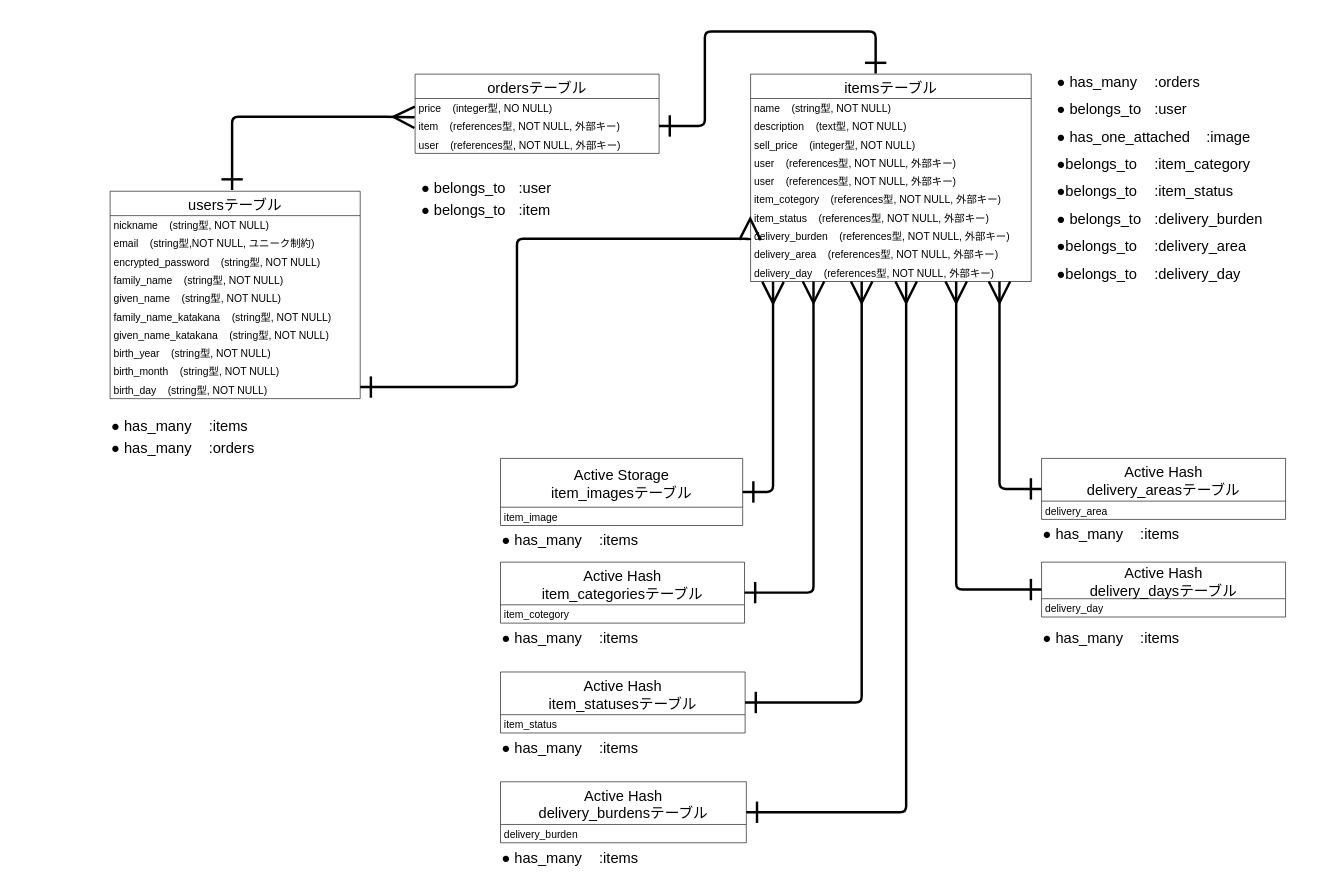
The draw.io diagram 相関図.dio in torako-san/furima-37647, before the edit. Source tidied: cells renumbered, new cells numbered last; positions are measured from the earlier drawing's top-left corner, leaving out a move shared by most shapes. Both pictures are drawn from the tidied source at 61%, with x=0, y=0 at pixel (110, 31).
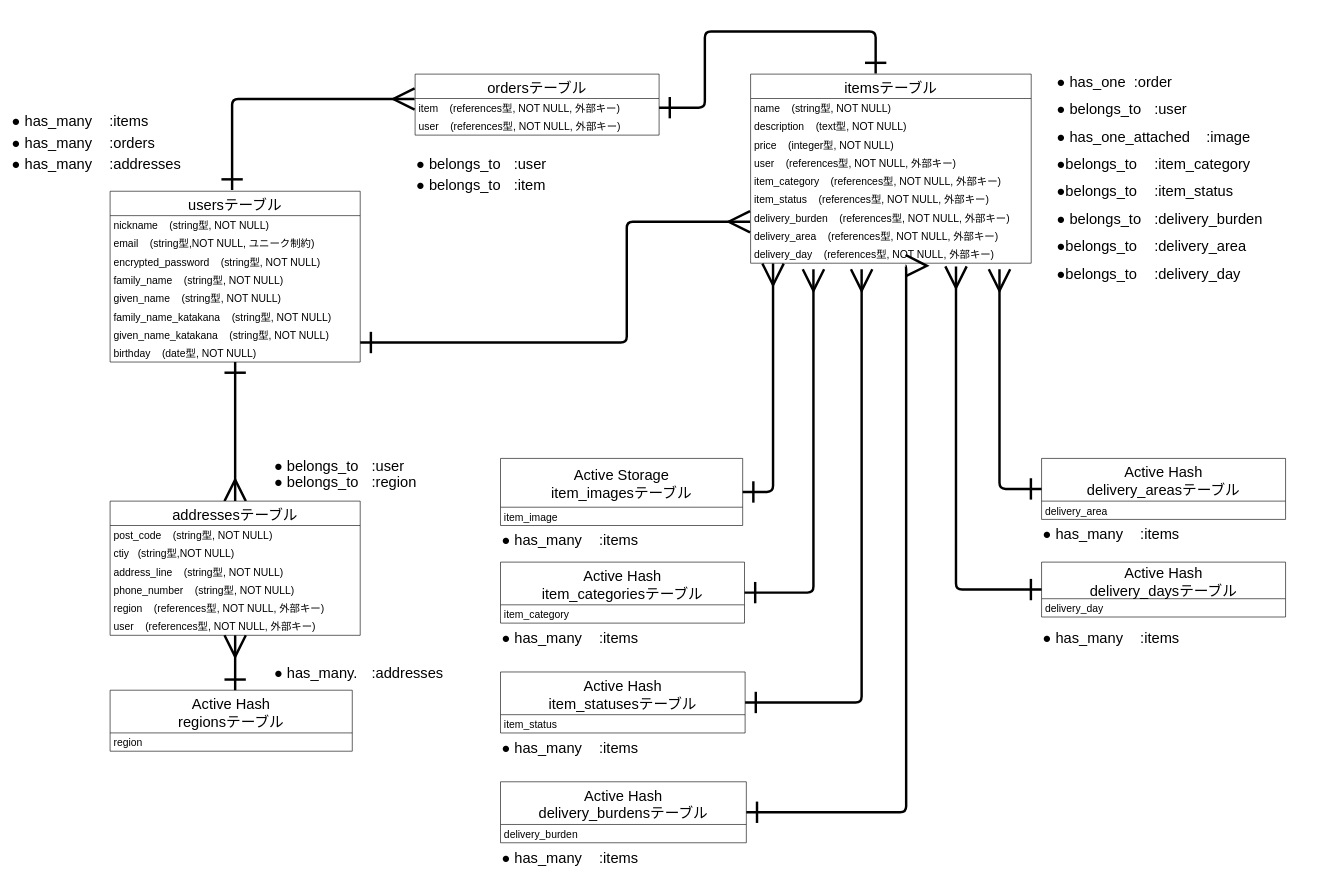
Above is the later version.

Commit message (it also covers changes not shown here):
データベース設計の修正

Unchanged cells that the change refers to:
```xml
<mxCell id="31" value="Active Hash&#10;item_categoriesテーブル" style="swimlane;fontStyle=0;horizontal=1;startSize=70;fontSize=24;" parent="1" vertex="1">
  <mxGeometry x="640" y="870" width="400" height="100" as="geometry" />
</mxCell>
<mxCell id="33" value="Active Hash&#10;item_statusesテーブル" style="swimlane;fontStyle=0;horizontal=1;startSize=70;fontSize=24;" parent="1" vertex="1">
  <mxGeometry x="640" y="1050.1" width="401" height="100" as="geometry" />
</mxCell>
<mxCell id="35" value="Active Hash&#10;delivery_burdensテーブル" style="swimlane;fontStyle=0;horizontal=1;startSize=70;fontSize=24;" parent="1" vertex="1">
  <mxGeometry x="640" y="1230.1" width="403" height="100" as="geometry" />
</mxCell>
<mxCell id="38" value="Active Hash&#10;delivery_areasテーブル" style="swimlane;fontStyle=0;horizontal=1;startSize=70;fontSize=24;" parent="1" vertex="1">
  <mxGeometry x="1527" y="700" width="400" height="100" as="geometry" />
</mxCell>
<mxCell id="40" value="Active Hash&#10;delivery_daysテーブル" style="swimlane;fontStyle=0;horizontal=1;startSize=60;fontSize=24;" parent="1" vertex="1">
  <mxGeometry x="1527" y="870" width="400" height="90" as="geometry" />
</mxCell>
<mxCell id="54" style="group;" parent="1" vertex="1">
  <mxGeometry x="1550" y="60" width="447" height="360" as="geometry" />
</mxCell>
```

What changed in the source:
```diff
@@
+    <mxCell id="70" style="edgeStyle=none;jumpSize=7;html=1;entryX=0.5;entryY=0;entryDx=0;entryDy=0;fontFamily=Helvetica;fontSize=24;startArrow=ERone;startFill=0;endArrow=ERmany;endFill=0;startSize=30;endSize=30;strokeWidth=4;" parent="1" edge="1" source="2" target="74">
+      <mxGeometry relative="1" as="geometry" />
+    </mxCell>
     <mxCell id="2" value="usersテーブル" style="swimlane;fontStyle=0;horizontal=1;startSize=40;fontSize=24;" parent="1" vertex="1">
-      <mxGeometry y="262" width="410" height="340" as="geometry" />
+      <mxGeometry y="262" width="410" height="280" as="geometry" />
     </mxCell>
@@
-    <mxCell id="10" value="birth_year    (string型, NOT NULL)" style="text;strokeColor=none;fillColor=none;align=left;verticalAlign=middle;spacingLeft=4;spacingRight=4;overflow=hidden;fontSize=17;" parent="2" vertex="1">
-      <mxGeometry y="250" width="410" height="30" as="geometry" />
-    </mxCell>
-    <mxCell id="11" value="birth_month    (string型, NOT NULL)" style="text;strokeColor=none;fillColor=none;align=left;verticalAlign=middle;spacingLeft=4;spacingRight=4;overflow=hidden;fontSize=17;" parent="2" vertex="1">
-      <mxGeometry y="280" width="410" height="30" as="geometry" />
-    </mxCell>
-    <mxCell id="12" value="birth_day    (string型, NOT NULL)" style="text;strokeColor=none;fillColor=none;align=left;verticalAlign=middle;spacingLeft=4;spacingRight=4;overflow=hidden;fontSize=17;" parent="2" vertex="1">
-      <mxGeometry y="310" width="410" height="30" as="geometry" />
+    <mxCell id="12" value="birthday    (date型, NOT NULL)" style="text;strokeColor=none;fillColor=none;align=left;verticalAlign=middle;spacingLeft=4;spacingRight=4;overflow=hidden;fontSize=17;" parent="2" vertex="1">
+      <mxGeometry y="250" width="410" height="30" as="geometry" />
     </mxCell>
     <mxCell id="13" value="itemsテーブル" style="swimlane;fontStyle=0;horizontal=1;startSize=40;fontSize=24;" parent="1" vertex="1">
-      <mxGeometry x="1050" y="70" width="460" height="340" as="geometry" />
+      <mxGeometry x="1050" y="70" width="460" height="310" as="geometry" />
     </mxCell>
@@
-    <mxCell id="16" value="sell_price    (integer型, NOT NULL)" style="text;strokeColor=none;fillColor=none;align=left;verticalAlign=middle;spacingLeft=4;spacingRight=4;overflow=hidden;fontSize=17;" parent="13" vertex="1">
+    <mxCell id="16" value="price    (integer型, NOT NULL)" style="text;strokeColor=none;fillColor=none;align=left;verticalAlign=middle;spacingLeft=4;spacingRight=4;overflow=hidden;fontSize=17;" parent="13" vertex="1">
       <mxGeometry y="100" width="460" height="30" as="geometry" />
     </mxCell>
@@
-    <mxCell id="18" value="user    (references型, NOT NULL, 外部キー)" style="text;strokeColor=none;fillColor=none;align=left;verticalAlign=middle;spacingLeft=4;spacingRight=4;overflow=hidden;fontSize=17;" parent="13" vertex="1">
-      <mxGeometry y="160" width="460" height="30" as="geometry" />
-    </mxCell>
-    <mxCell id="19" value="item_cotegory    (references型, NOT NULL, 外部キー)" style="text;strokeColor=none;fillColor=none;align=left;verticalAlign=middle;spacingLeft=4;spacingRight=4;overflow=hidden;fontSize=17;" parent="13" vertex="1">
-      <mxGeometry y="190" width="460" height="30" as="geometry" />
+    <mxCell id="19" value="item_category    (references型, NOT NULL, 外部キー)" style="text;strokeColor=none;fillColor=none;align=left;verticalAlign=middle;spacingLeft=4;spacingRight=4;overflow=hidden;fontSize=17;" parent="13" vertex="1">
+      <mxGeometry y="160" width="460" height="30" as="geometry" />
     </mxCell>
     <mxCell id="20" value="item_status    (references型, NOT NULL, 外部キー)" style="text;strokeColor=none;fillColor=none;align=left;verticalAlign=middle;spacingLeft=4;spacingRight=4;overflow=hidden;fontSize=17;" parent="13" vertex="1">
-      <mxGeometry y="220" width="460" height="30" as="geometry" />
+      <mxGeometry y="190" width="460" height="30" as="geometry" />
     </mxCell>
     <mxCell id="21" value="delivery_burden    (references型, NOT NULL, 外部キー)" style="text;strokeColor=none;fillColor=none;align=left;verticalAlign=middle;spacingLeft=4;spacingRight=4;overflow=hidden;fontSize=17;" parent="13" vertex="1">
-      <mxGeometry y="250" width="460" height="30" as="geometry" />
+      <mxGeometry y="220" width="460" height="30" as="geometry" />
     </mxCell>
     <mxCell id="22" value="delivery_area    (references型, NOT NULL, 外部キー)" style="text;strokeColor=none;fillColor=none;align=left;verticalAlign=middle;spacingLeft=4;spacingRight=4;overflow=hidden;points=[[0,0.5],[1,0.5]];portConstraint=eastwest;fontSize=17;" parent="13" vertex="1">
-      <mxGeometry y="280" width="460" height="30" as="geometry" />
+      <mxGeometry y="250" width="460" height="30" as="geometry" />
     </mxCell>
     <mxCell id="23" value="delivery_day    (references型, NOT NULL, 外部キー)" style="text;strokeColor=none;fillColor=none;align=left;verticalAlign=middle;spacingLeft=4;spacingRight=4;overflow=hidden;points=[[0,0.5],[1,0.5]];portConstraint=eastwest;fontSize=17;" parent="13" vertex="1">
-      <mxGeometry y="310" width="460" height="30" as="geometry" />
+      <mxGeometry y="280" width="460" height="30" as="geometry" />
     </mxCell>
     <mxCell id="24" value="ordersテーブル" style="swimlane;fontStyle=0;horizontal=1;startSize=40;fontSize=24;" parent="1" vertex="1">
-      <mxGeometry x="500" y="70" width="400" height="130" as="geometry" />
+      <mxGeometry x="500" y="70" width="400" height="100" as="geometry" />
     </mxCell>
-    <mxCell id="25" value="price    (integer型, NO NULL)" style="text;strokeColor=none;fillColor=none;align=left;verticalAlign=middle;spacingLeft=4;spacingRight=4;overflow=hidden;fontSize=17;" parent="24" vertex="1">
-      <mxGeometry y="40" width="400" height="30" as="geometry" />
-    </mxCell>
     <mxCell id="26" value="item    (references型, NOT NULL, 外部キー)" style="text;strokeColor=none;fillColor=none;align=left;verticalAlign=middle;spacingLeft=4;spacingRight=4;overflow=hidden;points=[[0,0.5],[1,0.5]];portConstraint=eastwest;fontSize=17;" parent="24" vertex="1">
-      <mxGeometry y="70" width="400" height="30" as="geometry" />
+      <mxGeometry y="40" width="400" height="30" as="geometry" />
     </mxCell>
     <mxCell id="27" value="user    (references型, NOT NULL, 外部キー)" style="text;strokeColor=none;fillColor=none;align=left;verticalAlign=middle;spacingLeft=4;spacingRight=4;overflow=hidden;fontSize=17;" parent="24" vertex="1">
-      <mxGeometry y="100" width="400" height="30" as="geometry" />
+      <mxGeometry y="70" width="400" height="30" as="geometry" />
     </mxCell>
     <mxCell id="28" style="edgeStyle=orthogonalEdgeStyle;html=1;jumpSize=7;strokeWidth=4;endArrow=ERmany;endFill=0;endSize=30;fontSize=15;startArrow=ERone;startFill=0;startSize=30;entryX=-0.002;entryY=0.028;entryDx=0;entryDy=0;entryPerimeter=0;" parent="1" edge="1" target="26">
       <mxGeometry relative="1" as="geometry">
         <mxPoint x="200" y="260" as="sourcePoint" />
         <Array as="points">
-          <mxPoint x="200" y="140" />
-          <mxPoint x="460" y="140" />
+          <mxPoint x="200" y="111" />
         </Array>
       </mxGeometry>
     </mxCell>
@@
-    <mxCell id="32" value="item_cotegory" style="text;strokeColor=none;fillColor=none;align=left;verticalAlign=middle;spacingLeft=4;spacingRight=4;overflow=hidden;fontSize=17;" parent="31" vertex="1">
+    <mxCell id="32" value="item_category" style="text;strokeColor=none;fillColor=none;align=left;verticalAlign=middle;spacingLeft=4;spacingRight=4;overflow=hidden;fontSize=17;" parent="31" vertex="1">
       <mxGeometry y="70" width="400" height="30" as="geometry" />
     </mxCell>
@@
     <mxCell id="37" style="edgeStyle=orthogonalEdgeStyle;jumpSize=7;html=1;exitX=1;exitY=0.5;exitDx=0;exitDy=0;fontFamily=Helvetica;fontSize=17;startArrow=ERone;startFill=0;endArrow=ERone;endFill=0;startSize=30;endSize=30;strokeWidth=4;" parent="1" edge="1" source="26">
       <mxGeometry relative="1" as="geometry">
         <mxPoint x="1255" y="69" as="targetPoint" />
         <Array as="points">
-          <mxPoint x="975" y="155" />
+          <mxPoint x="975" y="125" />
           <mxPoint x="975" />
           <mxPoint x="1255" />
-          <mxPoint x="1255" y="69" />
         </Array>
       </mxGeometry>
     </mxCell>
@@
     <mxCell id="43" style="endArrow=ERmany;html=1;fontFamily=Helvetica;fontSize=17;startSize=30;endSize=30;strokeWidth=4;jumpSize=7;edgeStyle=orthogonalEdgeStyle;startArrow=ERone;startFill=0;endFill=0;exitX=1;exitY=0.5;exitDx=0;exitDy=0;" parent="1" edge="1" source="31">
       <mxGeometry relative="1" as="geometry">
-        <mxPoint x="1153.1" y="410" as="targetPoint" />
+        <mxPoint x="1153" y="390" as="targetPoint" />
         <Array as="points">
           <mxPoint x="1153" y="920" />
         </Array>
       </mxGeometry>
     </mxCell>
     <mxCell id="44" style="endArrow=ERmany;html=1;fontFamily=Helvetica;fontSize=17;startSize=30;endSize=30;strokeWidth=4;jumpSize=7;edgeStyle=orthogonalEdgeStyle;startArrow=ERone;startFill=0;endFill=0;exitX=1;exitY=0.5;exitDx=0;exitDy=0;" parent="1" edge="1" source="33">
       <mxGeometry relative="1" as="geometry">
-        <mxPoint x="1232.1" y="410" as="targetPoint" />
+        <mxPoint x="1232" y="390" as="targetPoint" />
         <Array as="points">
           <mxPoint x="1232" y="1100" />
         </Array>
       </mxGeometry>
     </mxCell>
-    <mxCell id="45" style="endArrow=ERmany;html=1;fontFamily=Helvetica;fontSize=17;startSize=30;endSize=30;strokeWidth=4;jumpSize=7;edgeStyle=orthogonalEdgeStyle;startArrow=ERone;startFill=0;endFill=0;exitX=1;exitY=0.5;exitDx=0;exitDy=0;" parent="1" edge="1" source="35">
+    <mxCell id="45" style="endArrow=ERmany;html=1;fontFamily=Helvetica;fontSize=17;startSize=30;endSize=30;strokeWidth=4;jumpSize=7;edgeStyle=orthogonalEdgeStyle;startArrow=ERone;startFill=0;endFill=0;exitX=1;exitY=0.5;exitDx=0;exitDy=0;entryX=0.552;entryY=1.133;entryDx=0;entryDy=0;entryPerimeter=0;" parent="1" edge="1" source="35" target="23">
       <mxGeometry relative="1" as="geometry">
-        <mxPoint x="1305" y="410" as="targetPoint" />
         <Array as="points">
           <mxPoint x="1305" y="1280" />
+          <mxPoint x="1305" y="384" />
         </Array>
       </mxGeometry>
     </mxCell>
     <mxCell id="46" style="endArrow=ERmany;html=1;fontFamily=Helvetica;fontSize=17;startSize=30;endSize=30;strokeWidth=4;jumpSize=7;edgeStyle=orthogonalEdgeStyle;startArrow=ERone;startFill=0;endFill=0;exitX=0;exitY=0.5;exitDx=0;exitDy=0;" parent="1" edge="1" source="38">
       <mxGeometry relative="1" as="geometry">
-        <mxPoint x="1458" y="410" as="targetPoint" />
+        <mxPoint x="1458" y="390" as="targetPoint" />
         <Array as="points">
           <mxPoint x="1458" y="750" />
         </Array>
       </mxGeometry>
     </mxCell>
-    <mxCell id="47" style="endArrow=ERmany;html=1;fontFamily=Helvetica;fontSize=17;startSize=30;endSize=30;strokeWidth=4;jumpSize=7;edgeStyle=orthogonalEdgeStyle;startArrow=ERone;startFill=0;endFill=0;exitX=0;exitY=0.5;exitDx=0;exitDy=0;entryX=0.587;entryY=1;entryDx=0;entryDy=0;entryPerimeter=0;" parent="1" edge="1" source="40">
+    <mxCell id="47" style="endArrow=ERmany;html=1;fontFamily=Helvetica;fontSize=17;startSize=30;endSize=30;strokeWidth=4;jumpSize=7;edgeStyle=orthogonalEdgeStyle;startArrow=ERone;startFill=0;endFill=0;exitX=0;exitY=0.5;exitDx=0;exitDy=0;entryX=0.732;entryY=1.175;entryDx=0;entryDy=0;entryPerimeter=0;" parent="1" edge="1" source="40" target="23">
       <mxGeometry relative="1" as="geometry">
-        <mxPoint x="1387" y="410" as="targetPoint" />
         <Array as="points">
           <mxPoint x="1387" y="915" />
         </Array>
       </mxGeometry>
     </mxCell>
@@
-    <mxCell id="56" value="● has_many&lt;span style=&quot;white-space: pre&quot;&gt;&#9;&lt;/span&gt;:orders" style="text;html=1;strokeColor=none;fillColor=none;align=left;verticalAlign=middle;whiteSpace=wrap;rounded=0;fontSize=24;" parent="54" vertex="1">
+    <mxCell id="56" value="● has_one&amp;nbsp; :order" style="text;html=1;strokeColor=none;fillColor=none;align=left;verticalAlign=middle;whiteSpace=wrap;rounded=0;fontSize=24;" parent="54" vertex="1">
       <mxGeometry width="447" height="45" as="geometry" />
     </mxCell>
@@
     <mxCell id="63" style="edgeStyle=orthogonalEdgeStyle;jumpSize=7;html=1;fontFamily=Helvetica;fontSize=24;startArrow=ERmany;startFill=0;endArrow=ERone;endFill=0;startSize=30;endSize=30;strokeWidth=4;exitX=-0.002;exitY=-0.267;exitDx=0;exitDy=0;exitPerimeter=0;" parent="1" edge="1" source="22">
       <mxGeometry relative="1" as="geometry">
-        <mxPoint x="410" y="583" as="targetPoint" />
+        <mxPoint x="410" y="510" as="targetPoint" />
         <Array as="points">
-          <mxPoint x="667" y="340" />
-          <mxPoint x="667" y="583" />
+          <mxPoint x="847" y="312" />
+          <mxPoint x="847" y="510" />
         </Array>
       </mxGeometry>
     </mxCell>
     <mxCell id="64" style="group;" parent="1" vertex="1">
-      <mxGeometry x="508" y="240" width="300" height="70" as="geometry" />
+      <mxGeometry x="500" y="200" width="300" height="70" as="geometry" />
     </mxCell>
@@
-    <mxCell id="67" style="group;" parent="1" vertex="1">
-      <mxGeometry y="630" width="360" height="70" as="geometry" />
-    </mxCell>
+    <mxCell id="71" value="Active Hash&#10;regionsテーブル" style="swimlane;fontStyle=0;horizontal=1;startSize=70;fontSize=24;" parent="1" vertex="1">
+      <mxGeometry y="1080" width="397" height="100" as="geometry" />
+    </mxCell>
+    <mxCell id="72" value="region" style="text;strokeColor=none;fillColor=none;align=left;verticalAlign=middle;spacingLeft=4;spacingRight=4;overflow=hidden;fontSize=17;" parent="71" vertex="1">
+      <mxGeometry y="70" width="397" height="30" as="geometry" />
+    </mxCell>
+    <mxCell id="73" style="jumpSize=7;html=1;fontFamily=Helvetica;fontSize=24;startArrow=ERmany;startFill=0;endArrow=ERone;endFill=0;startSize=30;endSize=30;strokeWidth=4;" parent="1" edge="1" source="74">
+      <mxGeometry relative="1" as="geometry">
+        <mxPoint x="205" y="1080" as="targetPoint" />
+      </mxGeometry>
+    </mxCell>
+    <mxCell id="74" value="addressesテーブル" style="swimlane;fontStyle=0;horizontal=1;startSize=40;fontSize=24;" parent="1" vertex="1">
+      <mxGeometry y="770" width="410" height="220" as="geometry" />
+    </mxCell>
+    <mxCell id="75" value="post_code    (string型, NOT NULL)  " style="text;strokeColor=none;fillColor=none;align=left;verticalAlign=middle;spacingLeft=4;spacingRight=4;overflow=hidden;fontSize=17;" parent="74" vertex="1">
+      <mxGeometry y="40" width="410" height="30" as="geometry" />
+    </mxCell>
+    <mxCell id="76" value="ctiy   (string型,NOT NULL)" style="text;strokeColor=none;fillColor=none;align=left;verticalAlign=middle;spacingLeft=4;spacingRight=4;overflow=hidden;fontSize=17;" parent="74" vertex="1">
+      <mxGeometry y="70" width="410" height="30" as="geometry" />
+    </mxCell>
+    <mxCell id="77" value="address_line    (string型, NOT NULL)" style="text;strokeColor=none;fillColor=none;align=left;verticalAlign=middle;spacingLeft=4;spacingRight=4;overflow=hidden;fontSize=17;" parent="74" vertex="1">
+      <mxGeometry y="100" width="410" height="30" as="geometry" />
+    </mxCell>
+    <mxCell id="78" value="phone_number    (string型, NOT NULL)" style="text;strokeColor=none;fillColor=none;align=left;verticalAlign=middle;spacingLeft=4;spacingRight=4;overflow=hidden;fontSize=17;" parent="74" vertex="1">
+      <mxGeometry y="130" width="410" height="30" as="geometry" />
+    </mxCell>
+    <mxCell id="79" value="region    (references型, NOT NULL, 外部キー)" style="text;strokeColor=none;fillColor=none;align=left;verticalAlign=middle;spacingLeft=4;spacingRight=4;overflow=hidden;fontSize=17;" parent="74" vertex="1">
+      <mxGeometry y="160" width="410" height="30" as="geometry" />
+    </mxCell>
+    <mxCell id="18" value="user    (references型, NOT NULL, 外部キー)" style="text;strokeColor=none;fillColor=none;align=left;verticalAlign=middle;spacingLeft=4;spacingRight=4;overflow=hidden;fontSize=17;" parent="74" vertex="1">
+      <mxGeometry y="190" width="410" height="30" as="geometry" />
+    </mxCell>
+    <mxCell id="80" style="group;" parent="1" vertex="1">
+      <mxGeometry x="-163" y="130" width="360" height="105" as="geometry" />
+    </mxCell>
+    <mxCell id="81" value="● has_many&lt;span style=&quot;white-space: pre&quot;&gt;&#9;&lt;/span&gt;:addresses" style="text;html=1;strokeColor=none;fillColor=none;align=left;verticalAlign=middle;whiteSpace=wrap;rounded=0;fontSize=24;" parent="80" vertex="1">
+      <mxGeometry y="70" width="360" height="35" as="geometry" />
+    </mxCell>
-    <mxCell id="68" value="● has_many&lt;span style=&quot;white-space: pre&quot;&gt;&#9;&lt;/span&gt;:items" style="text;html=1;strokeColor=none;fillColor=none;align=left;verticalAlign=middle;whiteSpace=wrap;rounded=0;fontSize=24;" parent="67" vertex="1">
+    <mxCell id="68" value="● has_many&lt;span style=&quot;white-space: pre&quot;&gt;&#9;&lt;/span&gt;:items" style="text;html=1;strokeColor=none;fillColor=none;align=left;verticalAlign=middle;whiteSpace=wrap;rounded=0;fontSize=24;" parent="80" vertex="1">
       <mxGeometry width="360" height="35" as="geometry" />
     </mxCell>
-    <mxCell id="69" value="● has_many&lt;span style=&quot;white-space: pre&quot;&gt;&#9;&lt;/span&gt;:orders" style="text;html=1;strokeColor=none;fillColor=none;align=left;verticalAlign=middle;whiteSpace=wrap;rounded=0;fontSize=24;" parent="67" vertex="1">
+    <mxCell id="69" value="● has_many&lt;span style=&quot;white-space: pre&quot;&gt;&#9;&lt;/span&gt;:orders" style="text;html=1;strokeColor=none;fillColor=none;align=left;verticalAlign=middle;whiteSpace=wrap;rounded=0;fontSize=24;" parent="80" vertex="1">
       <mxGeometry y="35" width="360" height="35" as="geometry" />
     </mxCell>
+    <mxCell id="82" style="group;" parent="1" vertex="1">
+      <mxGeometry x="267" y="700" width="360" height="53.3" as="geometry" />
+    </mxCell>
+    <mxCell id="83" value="● belongs_to&lt;span style=&quot;white-space: pre&quot;&gt;&#9;&lt;/span&gt;:user" style="text;html=1;strokeColor=none;fillColor=none;align=left;verticalAlign=middle;whiteSpace=wrap;rounded=0;fontSize=24;" parent="82" vertex="1">
+      <mxGeometry width="360" height="26.7" as="geometry" />
+    </mxCell>
+    <mxCell id="84" value="● belongs_to&lt;span style=&quot;white-space: pre&quot;&gt;&#9;&lt;/span&gt;:region" style="text;html=1;strokeColor=none;fillColor=none;align=left;verticalAlign=middle;whiteSpace=wrap;rounded=0;fontSize=24;" parent="82" vertex="1">
+      <mxGeometry y="26.7" width="360" height="26.7" as="geometry" />
+    </mxCell>
+    <mxCell id="85" value="● has_many.&lt;span style=&quot;white-space: pre&quot;&gt;&#9;&lt;/span&gt;:addresses" style="text;html=1;strokeColor=none;fillColor=none;align=left;verticalAlign=middle;whiteSpace=wrap;rounded=0;fontSize=24;" parent="1" vertex="1">
+      <mxGeometry x="267" y="1040" width="360" height="26.7" as="geometry" />
+    </mxCell>
```
